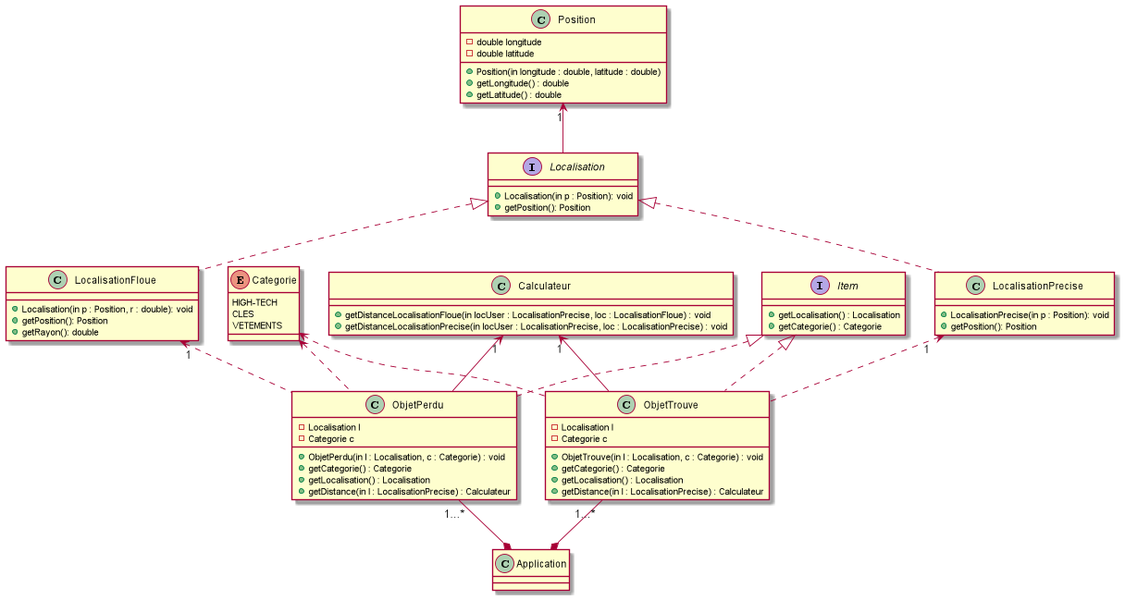
raphaelmeissonnier/Foundem_back_end keeps this PlantUML diagram as cahier_des_specifications/diagramme_classe.png. Above is the earlier version. Its diagram source:
```plantuml
@startuml

class Application
enum Categorie
{
    HIGH-TECH
    CLES
    VETEMENTS
}
class Calculateur
{
    +getDistanceLocalisationFloue(in locUser : LocalisationPrecise, loc : LocalisationFloue) : void
    +getDistanceLocalisationPrecise(in locUser : LocalisationPrecise, loc : LocalisationPrecise) : void
}
interface Item
{
    +getLocalisation() : Localisation
    +getCategorie() : Categorie
}
class ObjetTrouve
{
    -Localisation l
    -Categorie c
    +ObjetTrouve(in l : Localisation, c : Categorie) : void
    +getCategorie() : Categorie
    +getLocalisation() : Localisation
    +getDistance(in l : LocalisationPrecise) : Calculateur
}
class ObjetPerdu
{
    -Localisation l
    -Categorie c
    +ObjetPerdu(in l : Localisation, c : Categorie) : void
    +getCategorie() : Categorie
    +getLocalisation() : Localisation
    +getDistance(in l : LocalisationPrecise) : Calculateur
}
class Position
{
    - double longitude
    - double latitude
    + Position(in longitude : double, latitude : double)
    + getLongitude() : double
    + getLatitude() : double
}
interface Localisation
{
    +Localisation(in p : Position): void
    +getPosition(): Position
}
class LocalisationPrecise
{
    +LocalisationPrecise(in p : Position): void
    +getPosition(): Position
}
class LocalisationFloue
{
    +Localisation(in p : Position, r : double): void
    +getPosition(): Position
    +getRayon(): double
}


ObjetTrouve "1...*" --* Application
ObjetPerdu "1...*" --* Application

Categorie <.. ObjetTrouve
Categorie <.. ObjetPerdu

Item <|.. ObjetPerdu
Item <|.. ObjetTrouve


Localisation <|.. LocalisationPrecise
Localisation <|.. LocalisationFloue

LocalisationPrecise "1" <.. ObjetTrouve
LocalisationFloue "1" <.. ObjetPerdu

Position "1" <-- Localisation

Calculateur "1" <-- ObjetTrouve
Calculateur "1" <-- ObjetPerdu

@enduml
```
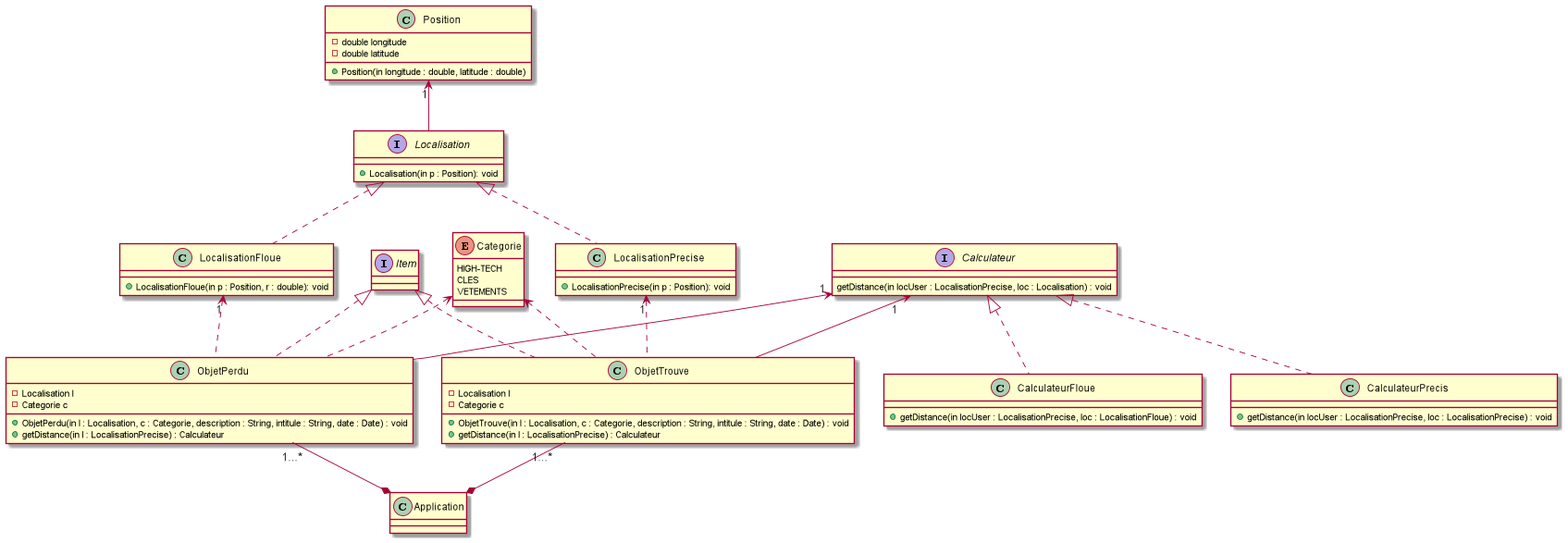
Later version of the same file.

Commit message:
generated pdf

Change to the diagram source:
```diff
@@ -7,32 +7,33 @@
     CLES
     VETEMENTS
 }
-class Calculateur
+interface Calculateur
 {
-    +getDistanceLocalisationFloue(in locUser : LocalisationPrecise, loc : LocalisationFloue) : void
-    +getDistanceLocalisationPrecise(in locUser : LocalisationPrecise, loc : LocalisationPrecise) : void
+    getDistance(in locUser : LocalisationPrecise, loc : Localisation) : void
+}
+class CalculateurFloue
+{
+    +getDistance(in locUser : LocalisationPrecise, loc : LocalisationFloue) : void
+}
+class CalculateurPrecis
+{
+    +getDistance(in locUser : LocalisationPrecise, loc : LocalisationPrecise) : void
 }
 interface Item
 {
-    +getLocalisation() : Localisation
-    +getCategorie() : Categorie
 }
 class ObjetTrouve
 {
     -Localisation l
     -Categorie c
-    +ObjetTrouve(in l : Localisation, c : Categorie) : void
-    +getCategorie() : Categorie
-    +getLocalisation() : Localisation
+    +ObjetTrouve(in l : Localisation, c : Categorie, description : String, intitule : String, date : Date) : void
     +getDistance(in l : LocalisationPrecise) : Calculateur
 }
 class ObjetPerdu
 {
     -Localisation l
     -Categorie c
-    +ObjetPerdu(in l : Localisation, c : Categorie) : void
-    +getCategorie() : Categorie
-    +getLocalisation() : Localisation
+    +ObjetPerdu(in l : Localisation, c : Categorie, description : String, intitule : String, date : Date) : void
     +getDistance(in l : LocalisationPrecise) : Calculateur
 }
 class Position
@@ -40,24 +41,18 @@
     - double longitude
     - double latitude
     + Position(in longitude : double, latitude : double)
-    + getLongitude() : double
-    + getLatitude() : double
 }
 interface Localisation
 {
     +Localisation(in p : Position): void
-    +getPosition(): Position
 }
 class LocalisationPrecise
 {
     +LocalisationPrecise(in p : Position): void
-    +getPosition(): Position
 }
 class LocalisationFloue
 {
-    +Localisation(in p : Position, r : double): void
-    +getPosition(): Position
-    +getRayon(): double
+    +LocalisationFloue(in p : Position, r : double): void
 }
 
 
@@ -70,7 +65,6 @@
 Item <|.. ObjetPerdu
 Item <|.. ObjetTrouve
 
-
 Localisation <|.. LocalisationPrecise
 Localisation <|.. LocalisationFloue
 
@@ -82,4 +76,7 @@
 Calculateur "1" <-- ObjetTrouve
 Calculateur "1" <-- ObjetPerdu
 
+Calculateur <|.. CalculateurFloue
+Calculateur <|.. CalculateurPrecis
+
 @enduml
```
